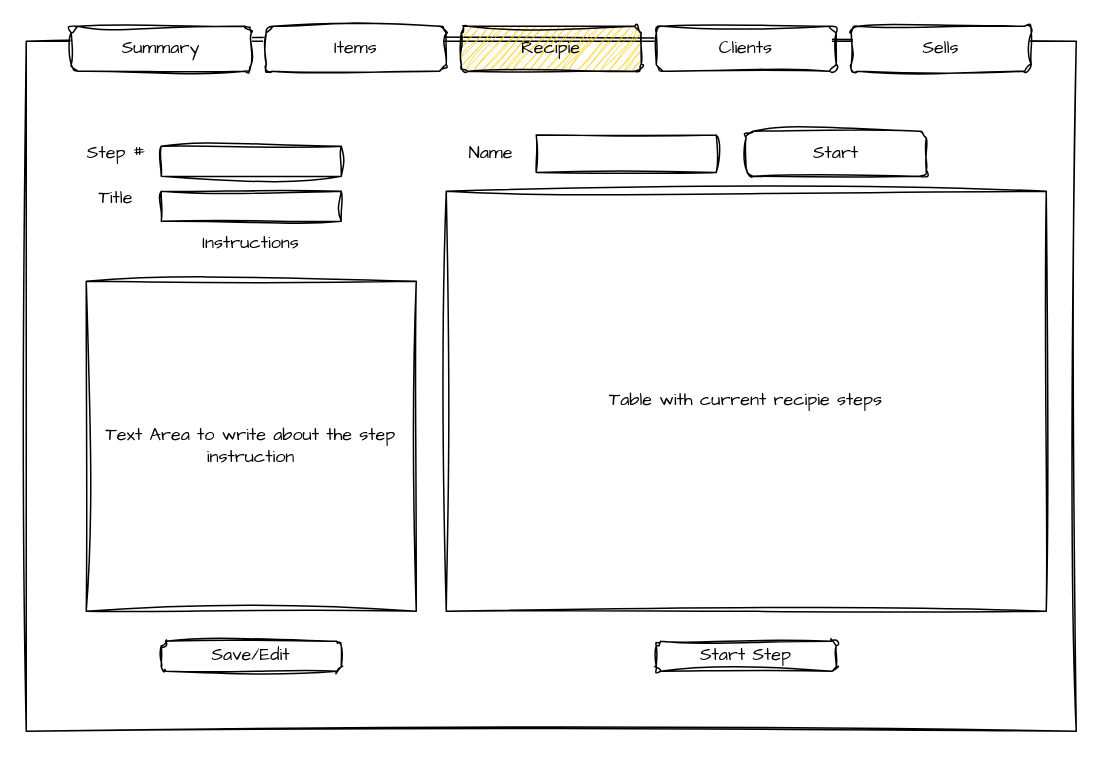
minterciso/Cookers-Nest keeps this draw.io diagram as page "Recipies" (3 of 5) of artifacts/documentation/Cookers Nest.drawio. Above is the earlier version. Source tidied: cells renumbered, new cells numbered last; positions are measured from the earlier drawing's top-left corner, leaving out a move shared by most shapes. Both pictures are drawn from the tidied source at 150%, with x=0, y=0 at pixel (26, 26).
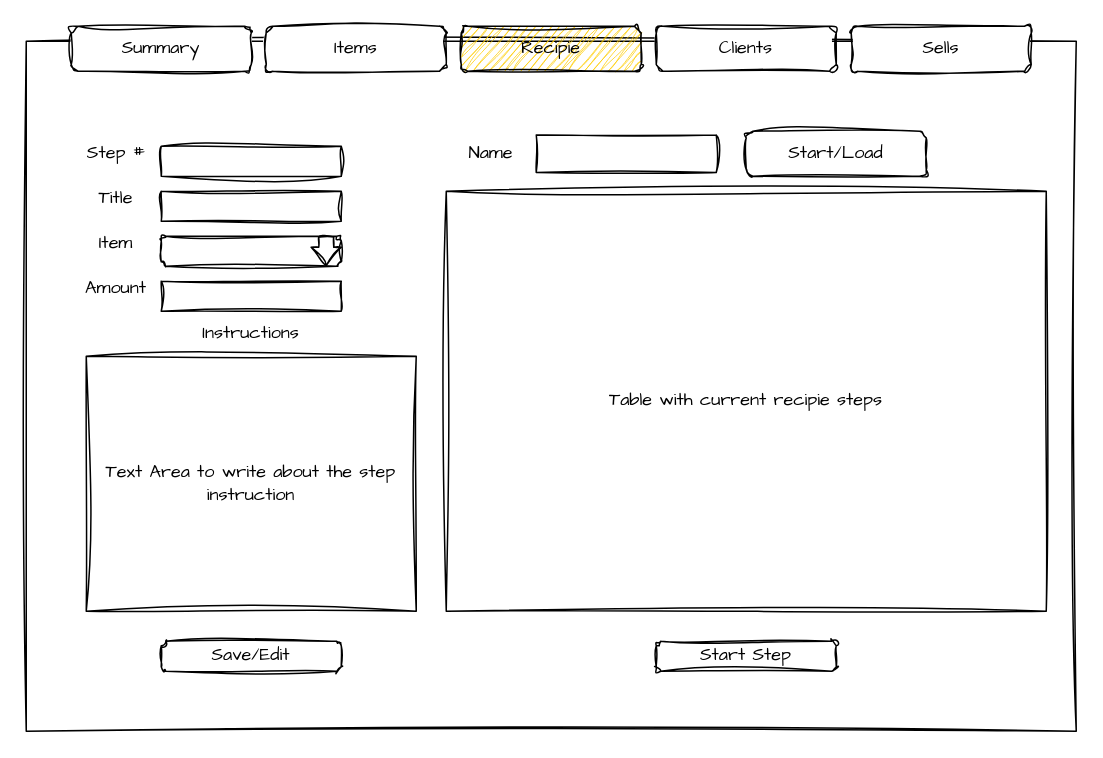
Above is the later version.

What changed in the source:
```diff
@@
     <mxCell id="12" value="Instructions" style="text;html=1;align=center;verticalAlign=middle;whiteSpace=wrap;rounded=0;fontFamily=Architects Daughter;" parent="1" vertex="1">
-      <mxGeometry x="120" y="130" width="60" height="30" as="geometry" />
+      <mxGeometry x="120" y="190" width="60" height="30" as="geometry" />
     </mxCell>
     <mxCell id="13" value="Text Area to write about the step instruction" style="rounded=0;whiteSpace=wrap;html=1;sketch=1;hachureGap=4;jiggle=2;curveFitting=1;fontFamily=Architects Daughter;" parent="1" vertex="1">
-      <mxGeometry x="40" y="170" width="220" height="220" as="geometry" />
+      <mxGeometry x="40" y="220" width="220" height="170" as="geometry" />
     </mxCell>
@@
-    <mxCell id="18" value="Start" style="rounded=1;whiteSpace=wrap;html=1;sketch=1;hachureGap=4;jiggle=2;curveFitting=1;fontFamily=Architects Daughter;" parent="1" vertex="1">
+    <mxCell id="18" value="Start/Load" style="rounded=1;whiteSpace=wrap;html=1;sketch=1;hachureGap=4;jiggle=2;curveFitting=1;fontFamily=Architects Daughter;" parent="1" vertex="1">
       <mxGeometry x="480" y="70" width="120" height="30" as="geometry" />
     </mxCell>
@@
+    <mxCell id="20" value="Item" style="text;html=1;align=center;verticalAlign=middle;whiteSpace=wrap;rounded=0;fontFamily=Architects Daughter;" parent="1" vertex="1">
+      <mxGeometry x="30" y="130" width="60" height="30" as="geometry" />
+    </mxCell>
+    <mxCell id="21" style="group;" parent="1" vertex="1">
+      <mxGeometry x="90" y="140" width="120" height="20" as="geometry" />
+    </mxCell>
+    <mxCell id="22" style="rounded=1;whiteSpace=wrap;html=1;sketch=1;hachureGap=4;jiggle=2;curveFitting=1;fontFamily=Architects Daughter;" parent="21" vertex="1">
+      <mxGeometry width="120" height="20" as="geometry" />
+    </mxCell>
+    <mxCell id="23" style="shape=flexArrow;endArrow=classic;html=1;rounded=0;sketch=1;hachureGap=4;jiggle=2;curveFitting=1;fontFamily=Architects Daughter;endWidth=9.2;endSize=3.732;" parent="21" edge="1">
+      <mxGeometry relative="1" as="geometry">
+        <mxPoint x="110" as="sourcePoint" />
+        <mxPoint x="110" y="20" as="targetPoint" />
+      </mxGeometry>
+    </mxCell>
+    <mxCell id="24" value="Amount" style="text;html=1;align=center;verticalAlign=middle;whiteSpace=wrap;rounded=0;fontFamily=Architects Daughter;" parent="1" vertex="1">
+      <mxGeometry x="30" y="160" width="60" height="30" as="geometry" />
+    </mxCell>
+    <mxCell id="25" style="rounded=0;whiteSpace=wrap;html=1;sketch=1;hachureGap=4;jiggle=2;curveFitting=1;fontFamily=Architects Daughter;" parent="1" vertex="1">
+      <mxGeometry x="90" y="170" width="120" height="20" as="geometry" />
+    </mxCell>
```
